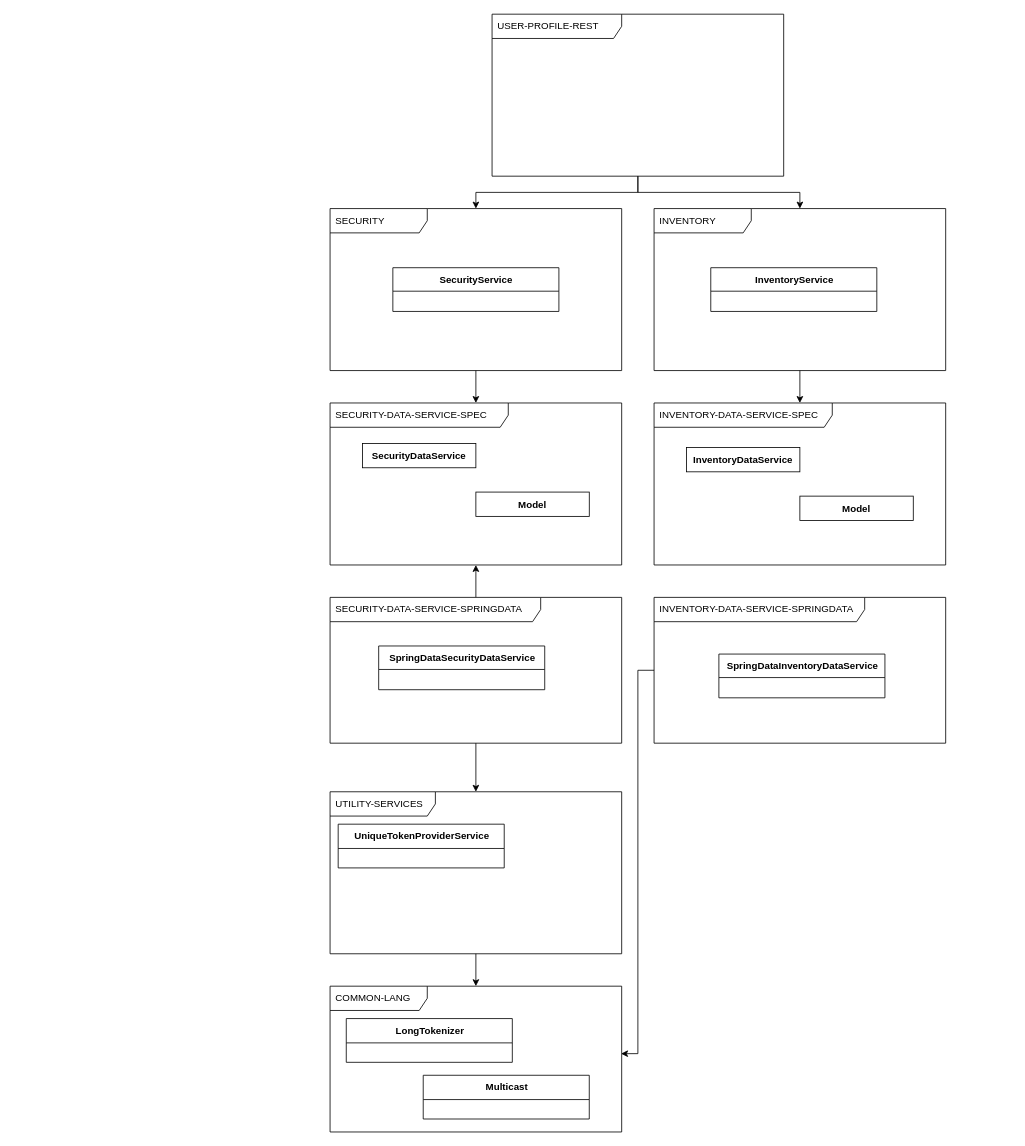
The draw.io diagram docs/modules.drawio in fx89/advancedbattleships, before the edit. Source tidied: cells renumbered, new cells numbered last; positions are measured from the earlier drawing's top-left corner, leaving out a move shared by most shapes. Both pictures are drawn from the tidied source at 81%, with x=0, y=0 at pixel (330, 14).
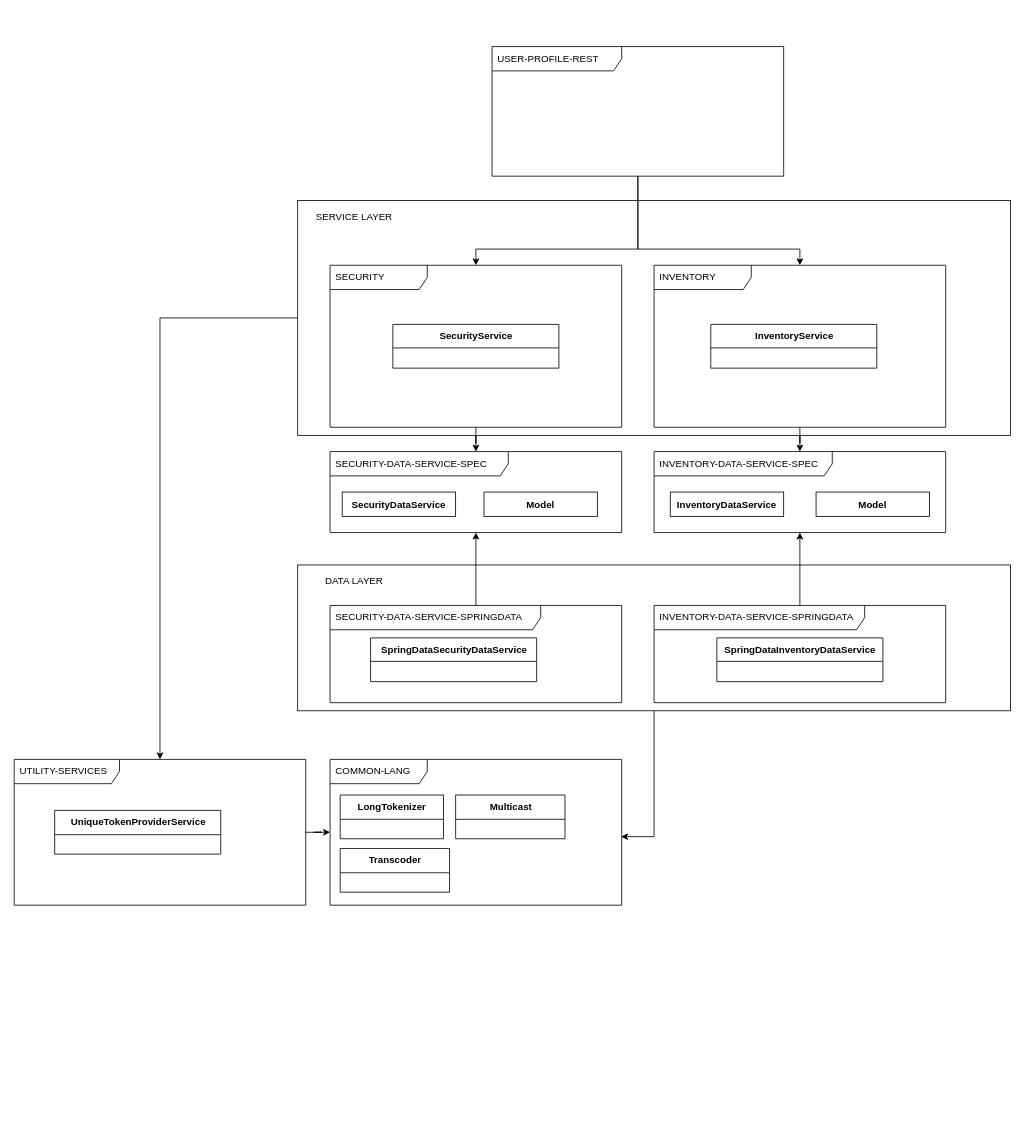
After the change.

The edit, as a diff of the source:
```diff
@@
+    <mxCell id="30" style="edgeStyle=orthogonalEdgeStyle;rounded=0;jettySize=auto;html=1;entryX=0.998;entryY=0.53;entryDx=0;entryDy=0;entryPerimeter=0;" parent="1" edge="1" source="31" target="2">
+      <mxGeometry relative="1" as="geometry" />
+    </mxCell>
+    <mxCell id="31" style="rounded=0;whiteSpace=wrap;html=1;" parent="1" vertex="1">
+      <mxGeometry x="-40" y="680" width="880" height="180" as="geometry" />
+    </mxCell>
+    <mxCell id="32" style="edgeStyle=orthogonalEdgeStyle;rounded=0;jettySize=auto;html=1;" parent="1" edge="1" source="33" target="13">
+      <mxGeometry relative="1" as="geometry">
+        <Array as="points">
+          <mxPoint x="-210" y="375" />
+        </Array>
+      </mxGeometry>
+    </mxCell>
+    <mxCell id="33" style="rounded=0;whiteSpace=wrap;html=1;" parent="1" vertex="1">
+      <mxGeometry x="-40" y="230" width="880" height="290" as="geometry" />
+    </mxCell>
     <mxCell id="2" value="COMMON-LANG" style="shape=umlFrame;whiteSpace=wrap;html=1;width=120;height=30;boundedLbl=1;verticalAlign=middle;align=left;spacingLeft=5;" parent="1" vertex="1">
-      <mxGeometry y="1200" width="360" height="180" as="geometry" />
+      <mxGeometry y="920" width="360" height="180" as="geometry" />
     </mxCell>
@@
     <mxCell id="4" value="SECURITY" style="shape=umlFrame;whiteSpace=wrap;html=1;width=120;height=30;boundedLbl=1;verticalAlign=middle;align=left;spacingLeft=5;" parent="1" vertex="1">
-      <mxGeometry y="240" width="360" height="200" as="geometry" />
+      <mxGeometry y="310" width="360" height="200" as="geometry" />
     </mxCell>
     <mxCell id="5" value="SECURITY-DATA-SERVICE-SPEC" style="shape=umlFrame;whiteSpace=wrap;html=1;width=220;height=30;boundedLbl=1;verticalAlign=middle;align=left;spacingLeft=5;" parent="1" vertex="1">
-      <mxGeometry y="480" width="360" height="200" as="geometry" />
+      <mxGeometry y="540" width="360" height="100" as="geometry" />
     </mxCell>
@@
-    <mxCell id="7" style="edgeStyle=orthogonalEdgeStyle;rounded=0;jettySize=auto;html=1;" parent="1" edge="1" source="8" target="13">
-      <mxGeometry relative="1" as="geometry" />
-    </mxCell>
     <mxCell id="8" value="SECURITY-DATA-SERVICE-SPRINGDATA" style="shape=umlFrame;whiteSpace=wrap;html=1;width=260;height=30;boundedLbl=1;verticalAlign=middle;align=left;spacingLeft=5;" parent="1" vertex="1">
-      <mxGeometry y="720" width="360" height="180" as="geometry" />
+      <mxGeometry y="730" width="360" height="120" as="geometry" />
     </mxCell>
     <mxCell id="9" style="edgeStyle=orthogonalEdgeStyle;rounded=0;jettySize=auto;html=1;" parent="1" edge="1" source="11" target="4">
-      <mxGeometry relative="1" as="geometry" />
+      <mxGeometry relative="1" as="geometry">
+        <Array as="points">
+          <mxPoint x="380" y="290" />
+          <mxPoint x="180" y="290" />
+        </Array>
+      </mxGeometry>
     </mxCell>
     <mxCell id="10" style="edgeStyle=orthogonalEdgeStyle;rounded=0;jettySize=auto;html=1;" parent="1" edge="1" source="11" target="15">
-      <mxGeometry relative="1" as="geometry" />
+      <mxGeometry relative="1" as="geometry">
+        <Array as="points">
+          <mxPoint x="380" y="290" />
+          <mxPoint x="580" y="290" />
+        </Array>
+      </mxGeometry>
     </mxCell>
     <mxCell id="11" value="USER-PROFILE-REST" style="shape=umlFrame;whiteSpace=wrap;html=1;width=160;height=30;boundedLbl=1;verticalAlign=middle;align=left;spacingLeft=5;" parent="1" vertex="1">
-      <mxGeometry x="200" width="360" height="200" as="geometry" />
+      <mxGeometry x="200" y="40" width="360" height="160" as="geometry" />
     </mxCell>
@@
     <mxCell id="13" value="UTILITY-SERVICES" style="shape=umlFrame;whiteSpace=wrap;html=1;width=130;height=30;boundedLbl=1;verticalAlign=middle;align=left;spacingLeft=5;" parent="1" vertex="1">
-      <mxGeometry y="960" width="360" height="200" as="geometry" />
+      <mxGeometry x="-390" y="920" width="360" height="180" as="geometry" />
     </mxCell>
@@
     <mxCell id="15" value="INVENTORY" style="shape=umlFrame;whiteSpace=wrap;html=1;width=120;height=30;boundedLbl=1;verticalAlign=middle;align=left;spacingLeft=5;" parent="1" vertex="1">
-      <mxGeometry x="400" y="240" width="360" height="200" as="geometry" />
+      <mxGeometry x="400" y="310" width="360" height="200" as="geometry" />
     </mxCell>
     <mxCell id="16" value="INVENTORY-DATA-SERVICE-SPEC" style="shape=umlFrame;whiteSpace=wrap;html=1;width=220;height=30;boundedLbl=1;verticalAlign=middle;align=left;spacingLeft=5;" parent="1" vertex="1">
-      <mxGeometry x="400" y="480" width="360" height="200" as="geometry" />
+      <mxGeometry x="400" y="540" width="360" height="100" as="geometry" />
     </mxCell>
-    <mxCell id="17" style="edgeStyle=orthogonalEdgeStyle;rounded=0;jettySize=auto;html=1;entryX=0.998;entryY=0.463;entryDx=0;entryDy=0;entryPerimeter=0;" parent="1" edge="1" source="18" target="2">
-      <mxGeometry relative="1" as="geometry" />
-    </mxCell>
+    <mxCell id="34" style="edgeStyle=orthogonalEdgeStyle;rounded=0;jettySize=auto;html=1;" parent="1" edge="1" source="18" target="16">
+      <mxGeometry relative="1" as="geometry" />
+    </mxCell>
     <mxCell id="18" value="INVENTORY-DATA-SERVICE-SPRINGDATA" style="shape=umlFrame;whiteSpace=wrap;html=1;width=260;height=30;boundedLbl=1;verticalAlign=middle;align=left;spacingLeft=5;" parent="1" vertex="1">
-      <mxGeometry x="400" y="720" width="360" height="180" as="geometry" />
+      <mxGeometry x="400" y="730" width="360" height="120" as="geometry" />
     </mxCell>
     <mxCell id="19" value="SpringDataInventoryDataService" style="swimlane;fontStyle=1;align=center;verticalAlign=middle;horizontal=1;startSize=29;html=1;" parent="1" vertex="1">
-      <mxGeometry x="480" y="790" width="205" height="54" as="geometry" />
+      <mxGeometry x="477.5" y="770" width="205" height="54" as="geometry" />
     </mxCell>
     <mxCell id="20" value="InventoryDataService" style="fontStyle=1;" parent="1" vertex="1">
-      <mxGeometry x="440" y="535" width="140" height="30" as="geometry" />
+      <mxGeometry x="420" y="590" width="140" height="30" as="geometry" />
     </mxCell>
     <mxCell id="21" value="Model" style="fontStyle=1;" parent="1" vertex="1">
-      <mxGeometry x="580" y="595" width="140" height="30" as="geometry" />
+      <mxGeometry x="600" y="590" width="140" height="30" as="geometry" />
     </mxCell>
     <mxCell id="22" value="SecurityDataService" style="fontStyle=1;" parent="1" vertex="1">
-      <mxGeometry x="40" y="530" width="140" height="30" as="geometry" />
+      <mxGeometry x="15" y="590" width="140" height="30" as="geometry" />
     </mxCell>
     <mxCell id="23" value="Model" style="fontStyle=1;" parent="1" vertex="1">
-      <mxGeometry x="180" y="590" width="140" height="30" as="geometry" />
+      <mxGeometry x="190" y="590" width="140" height="30" as="geometry" />
     </mxCell>
     <mxCell id="24" value="SpringDataSecurityDataService" style="swimlane;fontStyle=1;align=center;verticalAlign=middle;horizontal=1;startSize=29;html=1;" parent="1" vertex="1">
-      <mxGeometry x="60" y="780" width="205" height="54" as="geometry" />
+      <mxGeometry x="50" y="770" width="205" height="54" as="geometry" />
     </mxCell>
     <mxCell id="25" value="UniqueTokenProviderService" style="swimlane;fontStyle=1;align=center;verticalAlign=middle;horizontal=1;startSize=30;html=1;" parent="1" vertex="1">
-      <mxGeometry x="10" y="1000" width="205" height="54" as="geometry" />
+      <mxGeometry x="-340" y="983" width="205" height="54" as="geometry" />
     </mxCell>
     <mxCell id="26" value="SecurityService" style="swimlane;fontStyle=1;align=center;verticalAlign=middle;horizontal=1;startSize=29;html=1;" parent="1" vertex="1">
-      <mxGeometry x="77.5" y="313" width="205" height="54" as="geometry" />
+      <mxGeometry x="77.5" y="383" width="205" height="54" as="geometry" />
     </mxCell>
     <mxCell id="27" value="InventoryService" style="swimlane;fontStyle=1;align=center;verticalAlign=middle;horizontal=1;startSize=29;html=1;" parent="1" vertex="1">
-      <mxGeometry x="470" y="313" width="205" height="54" as="geometry" />
+      <mxGeometry x="470" y="383" width="205" height="54" as="geometry" />
     </mxCell>
     <mxCell id="28" value="LongTokenizer" style="swimlane;fontStyle=1;align=center;verticalAlign=middle;horizontal=1;startSize=30;html=1;" parent="1" vertex="1">
-      <mxGeometry x="20" y="1240" width="205" height="54" as="geometry" />
+      <mxGeometry x="12.5" y="964" width="127.5" height="54" as="geometry" />
     </mxCell>
     <mxCell id="29" value="Multicast" style="swimlane;fontStyle=1;align=center;verticalAlign=middle;horizontal=1;startSize=30;html=1;" parent="1" vertex="1">
-      <mxGeometry x="115" y="1310" width="205" height="54" as="geometry" />
+      <mxGeometry x="155" y="964" width="135" height="54" as="geometry" />
     </mxCell>
+    <mxCell id="35" value="Transcoder" style="swimlane;fontStyle=1;align=center;verticalAlign=middle;horizontal=1;startSize=30;html=1;" parent="1" vertex="1">
+      <mxGeometry x="12.5" y="1030" width="135" height="54" as="geometry" />
+    </mxCell>
+    <mxCell id="36" value="SERVICE LAYER" style="text;html=1;strokeColor=none;fillColor=none;align=center;verticalAlign=middle;whiteSpace=wrap;rounded=0;" parent="1" vertex="1">
+      <mxGeometry x="-30" y="240" width="120" height="20" as="geometry" />
+    </mxCell>
+    <mxCell id="37" value="DATA LAYER" style="text;html=1;strokeColor=none;fillColor=none;align=center;verticalAlign=middle;whiteSpace=wrap;rounded=0;" parent="1" vertex="1">
+      <mxGeometry x="-30" y="690" width="120" height="20" as="geometry" />
+    </mxCell>
```
